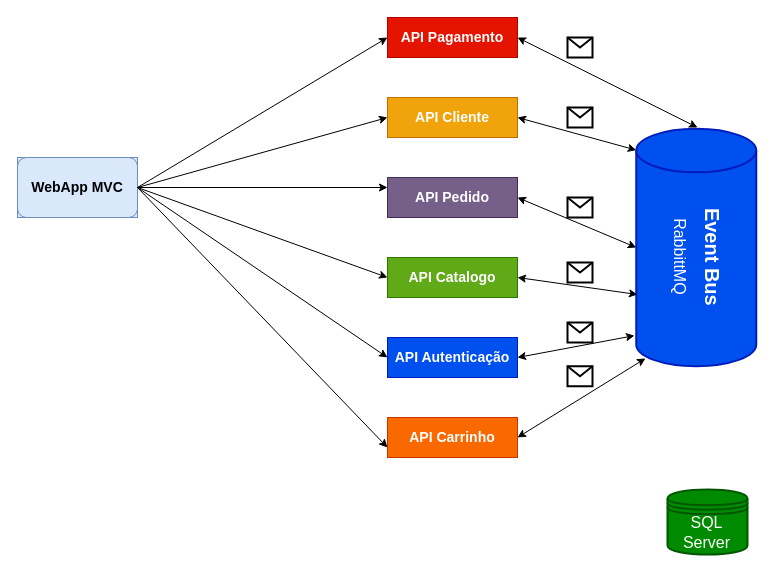
Above: UML/ECommerceDiagrama.drawio in wandealves/e-commerce-aspnet (draw.io), before the change. Source tidied: cells renumbered, new cells numbered last; positions are measured from the earlier drawing's top-left corner, leaving out a move shared by most shapes. Both pictures are drawn from the tidied source at 100%, with x=0, y=0 at pixel (17, 17).
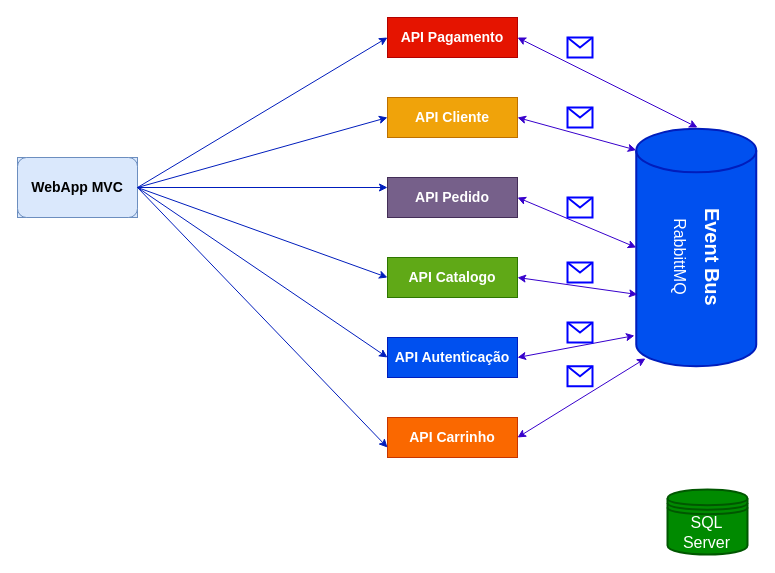
Above is the later version.

Commit message (it also covers changes not shown here):
feat: alteração diagrama

Unchanged cells that the change refers to:
```xml
<mxCell id="4" style="rounded=1;whiteSpace=wrap;html=1;fillColor=#dae8fc;strokeColor=#6c8ebf;" parent="3" vertex="1">
  <mxGeometry width="120" height="60" as="geometry" />
</mxCell>
<mxCell id="6" value="API Pagamento" style="whiteSpace=wrap;html=1;align=center;fontSize=14;fillColor=#e51400;strokeColor=#B20000;fontColor=#ffffff;fontStyle=1;" parent="1" vertex="1">
  <mxGeometry x="370" width="130" height="40" as="geometry" />
</mxCell>
<mxCell id="7" value="API Cliente" style="whiteSpace=wrap;html=1;align=center;fontSize=14;fillColor=#f0a30a;strokeColor=#BD7000;fontStyle=1;fontColor=#FFFFFF;" parent="1" vertex="1">
  <mxGeometry x="370" y="80" width="130" height="40" as="geometry" />
</mxCell>
<mxCell id="8" value="API Pedido" style="whiteSpace=wrap;html=1;align=center;fontSize=14;fillColor=#76608a;strokeColor=#432D57;fontColor=#ffffff;fontStyle=1;" parent="1" vertex="1">
  <mxGeometry x="370" y="160" width="130" height="40" as="geometry" />
</mxCell>
<mxCell id="9" value="API Catalogo" style="whiteSpace=wrap;html=1;align=center;fontSize=14;fillColor=#60a917;strokeColor=#2D7600;fontColor=#ffffff;fontStyle=1;" parent="1" vertex="1">
  <mxGeometry x="370" y="240" width="130" height="40" as="geometry" />
</mxCell>
<mxCell id="10" value="API Autenticação" style="whiteSpace=wrap;html=1;align=center;fontSize=14;fillColor=#0050ef;strokeColor=#001DBC;fontColor=#ffffff;fontStyle=1;" parent="1" vertex="1">
  <mxGeometry x="370" y="320" width="130" height="40" as="geometry" />
</mxCell>
<mxCell id="11" value="API Carrinho" style="whiteSpace=wrap;html=1;align=center;fontSize=14;fillColor=#fa6800;strokeColor=#C73500;fontColor=#FFFFFF;fontStyle=1;" parent="1" vertex="1">
  <mxGeometry x="370" y="400" width="130" height="40" as="geometry" />
</mxCell>
<mxCell id="19" style="strokeWidth=2;html=1;shape=mxgraph.flowchart.direct_data;whiteSpace=wrap;fontSize=14;fontColor=#ffffff;rotation=-90;fillColor=#0050ef;strokeColor=#001DBC;" parent="18" vertex="1">
  <mxGeometry x="-58.8" y="58.8" width="237.5" height="120" as="geometry" />
</mxCell>
```

The edit, as a diff of the source:
```diff
@@
-    <mxCell id="12" style="endArrow=classic;html=1;fontSize=14;fontColor=#FFFFFF;exitX=1;exitY=0.5;exitDx=0;exitDy=0;entryX=0;entryY=0.25;entryDx=0;entryDy=0;" parent="1" edge="1" source="4" target="8">
+    <mxCell id="12" style="endArrow=classic;html=1;fontSize=14;fontColor=#FFFFFF;exitX=1;exitY=0.5;exitDx=0;exitDy=0;entryX=0;entryY=0.25;entryDx=0;entryDy=0;fillColor=#0050ef;strokeColor=#001DBC;" parent="1" edge="1" source="4" target="8">
       <mxGeometry relative="1" as="geometry" />
     </mxCell>
-    <mxCell id="13" style="endArrow=classic;html=1;fontSize=14;fontColor=#FFFFFF;entryX=0;entryY=0.5;entryDx=0;entryDy=0;" parent="1" edge="1" target="6">
+    <mxCell id="13" style="endArrow=classic;html=1;fontSize=14;fontColor=#FFFFFF;entryX=0;entryY=0.5;entryDx=0;entryDy=0;fillColor=#0050ef;strokeColor=#001DBC;" parent="1" edge="1" target="6">
       <mxGeometry relative="1" as="geometry">
         <mxPoint x="120" y="170" as="sourcePoint" />
       </mxGeometry>
     </mxCell>
-    <mxCell id="14" style="endArrow=classic;html=1;fontSize=14;fontColor=#FFFFFF;entryX=0;entryY=0.5;entryDx=0;entryDy=0;" parent="1" edge="1" target="7">
+    <mxCell id="14" style="endArrow=classic;html=1;fontSize=14;fontColor=#FFFFFF;entryX=0;entryY=0.5;entryDx=0;entryDy=0;fillColor=#0050ef;strokeColor=#001DBC;" parent="1" edge="1" target="7">
       <mxGeometry relative="1" as="geometry">
         <mxPoint x="120" y="170" as="sourcePoint" />
       </mxGeometry>
     </mxCell>
-    <mxCell id="15" style="endArrow=classic;html=1;fontSize=14;fontColor=#FFFFFF;entryX=0;entryY=0.5;entryDx=0;entryDy=0;" parent="1" edge="1" target="9">
+    <mxCell id="15" style="endArrow=classic;html=1;fontSize=14;fontColor=#FFFFFF;entryX=0;entryY=0.5;entryDx=0;entryDy=0;fillColor=#0050ef;strokeColor=#001DBC;" parent="1" edge="1" target="9">
       <mxGeometry relative="1" as="geometry">
         <mxPoint x="120" y="170" as="sourcePoint" />
       </mxGeometry>
     </mxCell>
-    <mxCell id="16" style="endArrow=classic;html=1;fontSize=14;fontColor=#FFFFFF;entryX=0;entryY=0.5;entryDx=0;entryDy=0;" parent="1" edge="1" target="10">
+    <mxCell id="16" style="endArrow=classic;html=1;fontSize=14;fontColor=#FFFFFF;entryX=0;entryY=0.5;entryDx=0;entryDy=0;fillColor=#0050ef;strokeColor=#001DBC;" parent="1" edge="1" target="10">
       <mxGeometry relative="1" as="geometry">
         <mxPoint x="120" y="170" as="sourcePoint" />
       </mxGeometry>
     </mxCell>
-    <mxCell id="17" style="endArrow=classic;html=1;fontSize=14;fontColor=#FFFFFF;exitX=1;exitY=0.5;exitDx=0;exitDy=0;entryX=0;entryY=0.75;entryDx=0;entryDy=0;" parent="1" edge="1" source="4" target="11">
+    <mxCell id="17" style="endArrow=classic;html=1;fontSize=14;fontColor=#FFFFFF;exitX=1;exitY=0.5;exitDx=0;exitDy=0;entryX=0;entryY=0.75;entryDx=0;entryDy=0;fillColor=#0050ef;strokeColor=#001DBC;" parent="1" edge="1" source="4" target="11">
       <mxGeometry relative="1" as="geometry" />
     </mxCell>
@@
-    <mxCell id="22" style="endArrow=classic;startArrow=classic;html=1;fontSize=20;fontColor=#FFFFFF;exitX=1;exitY=0.5;exitDx=0;exitDy=0;" parent="1" edge="1" source="6">
+    <mxCell id="22" style="endArrow=classic;startArrow=classic;html=1;fontSize=20;fontColor=#FFFFFF;exitX=1;exitY=0.5;exitDx=0;exitDy=0;fillColor=#6a00ff;strokeColor=#3700CC;" parent="1" edge="1" source="6">
       <mxGeometry relative="1" as="geometry">
         <mxPoint x="680" y="110" as="targetPoint" />
       </mxGeometry>
     </mxCell>
-    <mxCell id="23" style="endArrow=classic;startArrow=classic;html=1;fontSize=20;fontColor=#FFFFFF;exitX=1;exitY=0.5;exitDx=0;exitDy=0;entryX=0.91;entryY=0;entryDx=0;entryDy=0;entryPerimeter=0;" parent="1" edge="1" source="7" target="19">
+    <mxCell id="23" style="endArrow=classic;startArrow=classic;html=1;fontSize=20;fontColor=#FFFFFF;exitX=1;exitY=0.5;exitDx=0;exitDy=0;entryX=0.91;entryY=0;entryDx=0;entryDy=0;entryPerimeter=0;fillColor=#6a00ff;strokeColor=#3700CC;" parent="1" edge="1" source="7" target="19">
       <mxGeometry relative="1" as="geometry" />
     </mxCell>
-    <mxCell id="24" style="endArrow=classic;startArrow=classic;html=1;fontSize=20;fontColor=#FFFFFF;exitX=1;exitY=0.5;exitDx=0;exitDy=0;entryX=0.5;entryY=0;entryDx=0;entryDy=0;entryPerimeter=0;" parent="1" edge="1" source="8" target="19">
+    <mxCell id="24" style="endArrow=classic;startArrow=classic;html=1;fontSize=20;fontColor=#FFFFFF;exitX=1;exitY=0.5;exitDx=0;exitDy=0;entryX=0.5;entryY=0;entryDx=0;entryDy=0;entryPerimeter=0;fillColor=#6a00ff;strokeColor=#3700CC;" parent="1" edge="1" source="8" target="19">
       <mxGeometry relative="1" as="geometry" />
     </mxCell>
-    <mxCell id="25" style="endArrow=classic;startArrow=classic;html=1;fontSize=20;fontColor=#FFFFFF;exitX=1;exitY=0.5;exitDx=0;exitDy=0;entryX=0.302;entryY=0.01;entryDx=0;entryDy=0;entryPerimeter=0;" parent="1" edge="1" source="9" target="19">
+    <mxCell id="25" style="endArrow=classic;startArrow=classic;html=1;fontSize=20;fontColor=#FFFFFF;exitX=1;exitY=0.5;exitDx=0;exitDy=0;entryX=0.302;entryY=0.01;entryDx=0;entryDy=0;entryPerimeter=0;fillColor=#6a00ff;strokeColor=#3700CC;" parent="1" edge="1" source="9" target="19">
       <mxGeometry relative="1" as="geometry" />
     </mxCell>
-    <mxCell id="26" style="endArrow=classic;startArrow=classic;html=1;fontSize=20;fontColor=#FFFFFF;exitX=1;exitY=0.5;exitDx=0;exitDy=0;entryX=0.129;entryY=-0.015;entryDx=0;entryDy=0;entryPerimeter=0;" parent="1" edge="1" source="10" target="19">
+    <mxCell id="26" style="endArrow=classic;startArrow=classic;html=1;fontSize=20;fontColor=#FFFFFF;exitX=1;exitY=0.5;exitDx=0;exitDy=0;entryX=0.129;entryY=-0.015;entryDx=0;entryDy=0;entryPerimeter=0;fillColor=#6a00ff;strokeColor=#3700CC;" parent="1" edge="1" source="10" target="19">
       <mxGeometry relative="1" as="geometry" />
     </mxCell>
-    <mxCell id="27" style="endArrow=classic;startArrow=classic;html=1;fontSize=20;fontColor=#FFFFFF;exitX=1;exitY=0.5;exitDx=0;exitDy=0;entryX=0.033;entryY=0.077;entryDx=0;entryDy=0;entryPerimeter=0;" parent="1" edge="1" source="11" target="19">
+    <mxCell id="27" style="endArrow=classic;startArrow=classic;html=1;fontSize=20;fontColor=#FFFFFF;exitX=1;exitY=0.5;exitDx=0;exitDy=0;entryX=0.033;entryY=0.077;entryDx=0;entryDy=0;entryPerimeter=0;fillColor=#6a00ff;strokeColor=#3700CC;" parent="1" edge="1" source="11" target="19">
       <mxGeometry relative="1" as="geometry" />
     </mxCell>
-    <mxCell id="28" style="shape=message;html=1;whiteSpace=wrap;html=1;fontSize=20;fontColor=#FFFFFF;strokeWidth=2;" parent="1" vertex="1">
+    <mxCell id="28" style="shape=message;html=1;whiteSpace=wrap;html=1;fontSize=20;fontColor=#FFFFFF;strokeWidth=2;strokeColor=#0000FF;" parent="1" vertex="1">
       <mxGeometry x="550" y="20" width="25" height="20" as="geometry" />
     </mxCell>
-    <mxCell id="29" style="shape=message;html=1;whiteSpace=wrap;html=1;fontSize=20;fontColor=#FFFFFF;strokeWidth=2;" parent="1" vertex="1">
+    <mxCell id="29" style="shape=message;html=1;whiteSpace=wrap;html=1;fontSize=20;fontColor=#FFFFFF;strokeWidth=2;strokeColor=#0000FF;" parent="1" vertex="1">
       <mxGeometry x="550" y="90" width="25" height="20" as="geometry" />
     </mxCell>
-    <mxCell id="30" style="shape=message;html=1;whiteSpace=wrap;html=1;fontSize=20;fontColor=#FFFFFF;strokeWidth=2;" parent="1" vertex="1">
+    <mxCell id="30" style="shape=message;html=1;whiteSpace=wrap;html=1;fontSize=20;fontColor=#FFFFFF;strokeWidth=2;strokeColor=#0000FF;" parent="1" vertex="1">
       <mxGeometry x="550" y="180" width="25" height="20" as="geometry" />
     </mxCell>
-    <mxCell id="31" style="shape=message;html=1;whiteSpace=wrap;html=1;fontSize=20;fontColor=#FFFFFF;strokeWidth=2;" parent="1" vertex="1">
+    <mxCell id="31" style="shape=message;html=1;whiteSpace=wrap;html=1;fontSize=20;fontColor=#FFFFFF;strokeWidth=2;strokeColor=#0000FF;" parent="1" vertex="1">
       <mxGeometry x="550" y="245" width="25" height="20" as="geometry" />
     </mxCell>
-    <mxCell id="32" style="shape=message;html=1;whiteSpace=wrap;html=1;fontSize=20;fontColor=#FFFFFF;strokeWidth=2;" parent="1" vertex="1">
+    <mxCell id="32" style="shape=message;html=1;whiteSpace=wrap;html=1;fontSize=20;fontColor=#FFFFFF;strokeWidth=2;strokeColor=#0000FF;" parent="1" vertex="1">
       <mxGeometry x="550" y="305" width="25" height="20" as="geometry" />
     </mxCell>
-    <mxCell id="33" style="shape=message;html=1;whiteSpace=wrap;html=1;fontSize=20;fontColor=#FFFFFF;strokeWidth=2;" parent="1" vertex="1">
+    <mxCell id="33" style="shape=message;html=1;whiteSpace=wrap;html=1;fontSize=20;fontColor=#FFFFFF;strokeWidth=2;strokeColor=#0000FF;" parent="1" vertex="1">
       <mxGeometry x="550" y="348.8" width="25" height="20" as="geometry" />
     </mxCell>
```
